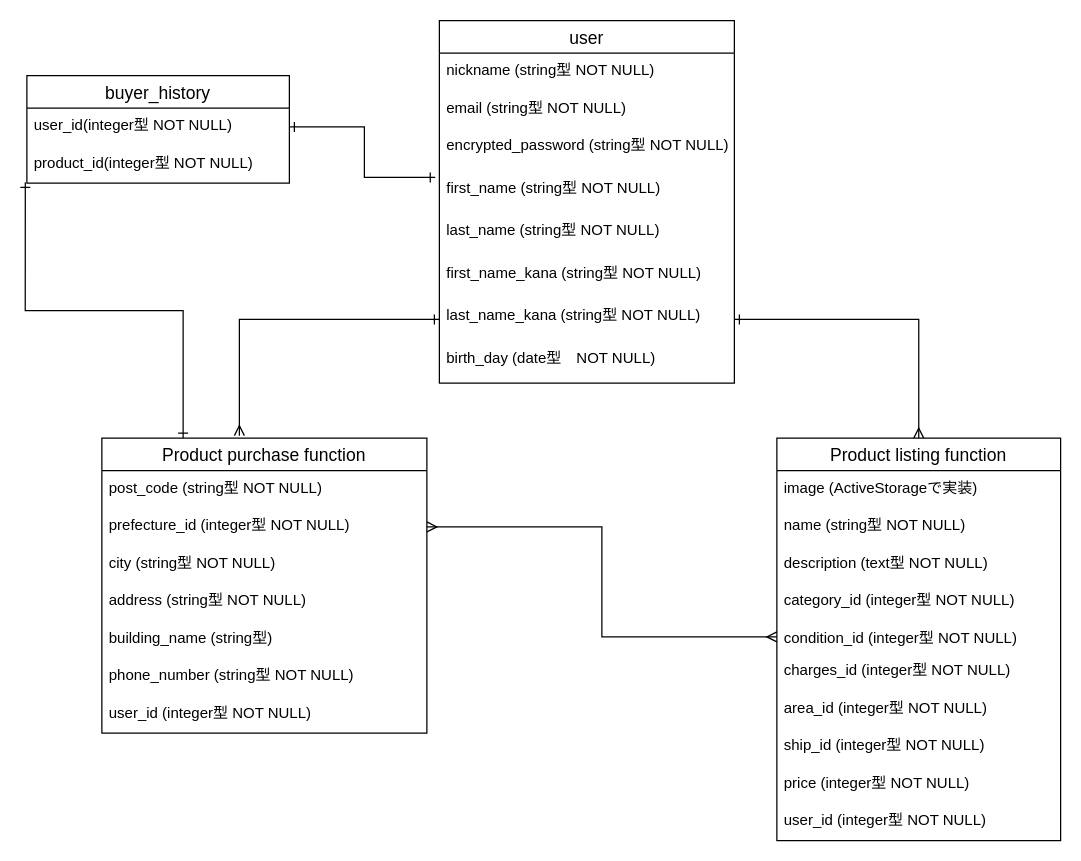
ocha185/furima-33547 keeps this draw.io diagram as furima.dio. Above is the earlier version. Source tidied: cells renumbered, new cells numbered last; positions are measured from the earlier drawing's top-left corner, leaving out a move shared by most shapes. Both pictures are drawn from the tidied source at 125%, with x=0, y=0 at pixel (26, 20).
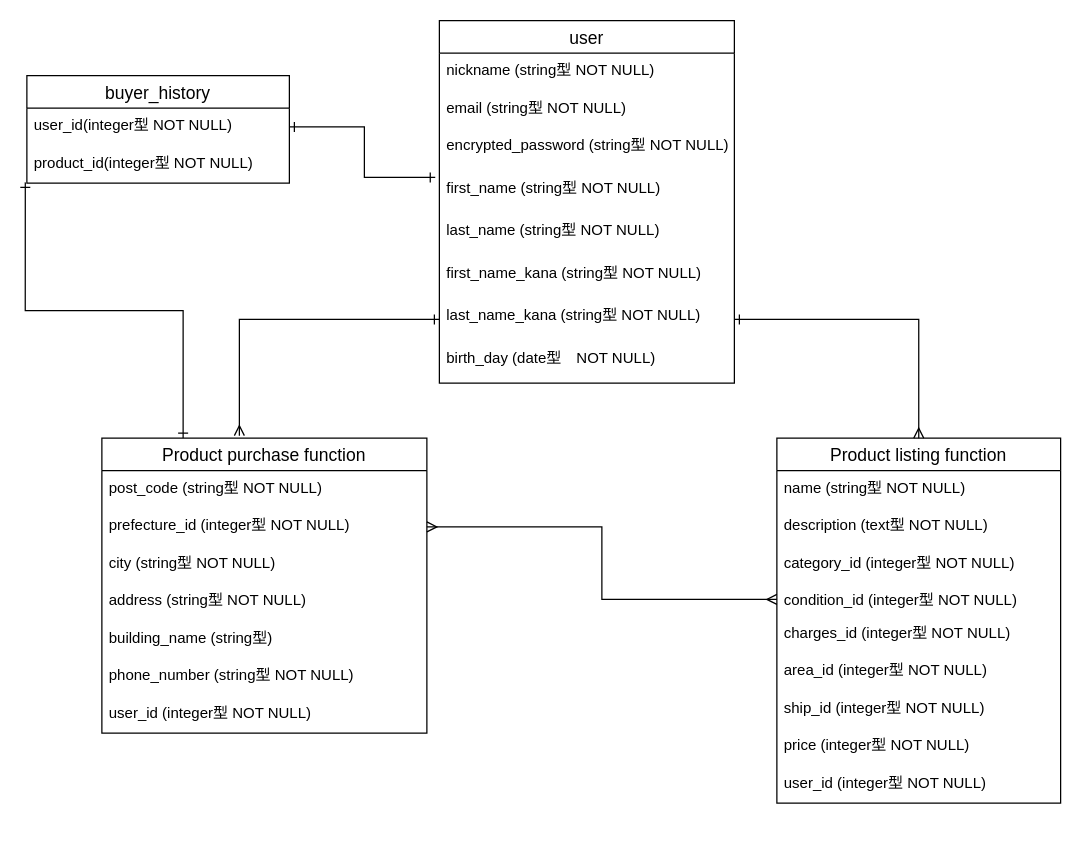
The same diagram, later.

Commit message (it also covers changes not shown here):
データベースの修正3

The edit, as a diff of the source:
```diff
@@
     <mxCell id="11" value="Product listing function" style="swimlane;fontStyle=0;horizontal=1;startSize=26;align=center;fontSize=14;" parent="1" vertex="1">
-      <mxGeometry x="600" y="334" width="227" height="322" as="geometry" />
+      <mxGeometry x="600" y="334" width="227" height="292" as="geometry" />
     </mxCell>
-    <mxCell id="12" value="image (ActiveStorageで実装)" style="text;strokeColor=none;fillColor=none;spacingLeft=4;spacingRight=4;overflow=hidden;fontSize=12;" parent="11" vertex="1">
-      <mxGeometry y="26" width="227" height="30" as="geometry" />
-    </mxCell>
     <mxCell id="13" value="name (string型 NOT NULL)" style="text;strokeColor=none;fillColor=none;spacingLeft=4;spacingRight=4;overflow=hidden;fontSize=12;" parent="11" vertex="1">
-      <mxGeometry y="56" width="227" height="30" as="geometry" />
+      <mxGeometry y="26" width="227" height="30" as="geometry" />
     </mxCell>
     <mxCell id="14" value="description (text型 NOT NULL)" style="text;strokeColor=none;fillColor=none;spacingLeft=4;spacingRight=4;overflow=hidden;fontSize=12;" parent="11" vertex="1">
-      <mxGeometry y="86" width="227" height="30" as="geometry" />
+      <mxGeometry y="56" width="227" height="30" as="geometry" />
     </mxCell>
     <mxCell id="15" value="category_id (integer型 NOT NULL) " style="text;strokeColor=none;fillColor=none;spacingLeft=4;spacingRight=4;overflow=hidden;fontSize=12;" parent="11" vertex="1">
-      <mxGeometry y="116" width="227" height="30" as="geometry" />
+      <mxGeometry y="86" width="227" height="30" as="geometry" />
     </mxCell>
     <mxCell id="16" value="condition_id (integer型 NOT NULL) " style="text;strokeColor=none;fillColor=none;spacingLeft=4;spacingRight=4;overflow=hidden;points=[[0,0.5],[1,0.5]];portConstraint=eastwest;fontSize=12;" parent="11" vertex="1">
-      <mxGeometry y="146" width="227" height="26" as="geometry" />
+      <mxGeometry y="116" width="227" height="26" as="geometry" />
     </mxCell>
     <mxCell id="17" value="charges_id (integer型 NOT NULL)" style="text;strokeColor=none;fillColor=none;spacingLeft=4;spacingRight=4;overflow=hidden;fontSize=12;" parent="11" vertex="1">
-      <mxGeometry y="172" width="227" height="30" as="geometry" />
+      <mxGeometry y="142" width="227" height="30" as="geometry" />
     </mxCell>
     <mxCell id="18" value="area_id (integer型 NOT NULL)  " style="text;strokeColor=none;fillColor=none;spacingLeft=4;spacingRight=4;overflow=hidden;fontSize=12;" parent="11" vertex="1">
-      <mxGeometry y="202" width="227" height="30" as="geometry" />
+      <mxGeometry y="172" width="227" height="30" as="geometry" />
     </mxCell>
     <mxCell id="19" value="ship_id (integer型 NOT NULL)  " style="text;strokeColor=none;fillColor=none;spacingLeft=4;spacingRight=4;overflow=hidden;fontSize=12;" parent="11" vertex="1">
-      <mxGeometry y="232" width="227" height="30" as="geometry" />
+      <mxGeometry y="202" width="227" height="30" as="geometry" />
     </mxCell>
     <mxCell id="20" value="price (integer型 NOT NULL) " style="text;strokeColor=none;fillColor=none;spacingLeft=4;spacingRight=4;overflow=hidden;fontSize=12;" parent="11" vertex="1">
-      <mxGeometry y="262" width="227" height="30" as="geometry" />
+      <mxGeometry y="232" width="227" height="30" as="geometry" />
     </mxCell>
     <mxCell id="21" value="user_id (integer型 NOT NULL)" style="text;strokeColor=none;fillColor=none;spacingLeft=4;spacingRight=4;overflow=hidden;fontSize=12;" parent="11" vertex="1">
-      <mxGeometry y="292" width="227" height="30" as="geometry" />
+      <mxGeometry y="262" width="227" height="30" as="geometry" />
     </mxCell>
```
